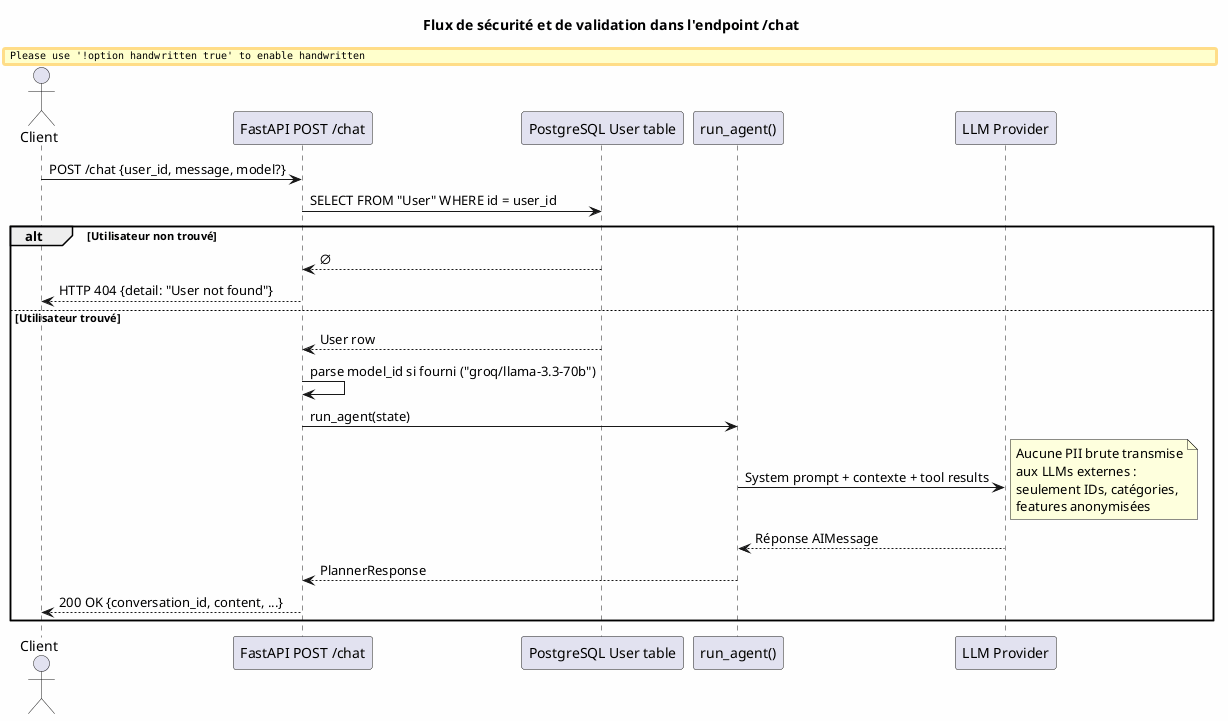
ahmed-addali/rapport keeps this PlantUML diagram as diagrams/fig_03_security_flow.png. Above is the earlier version.
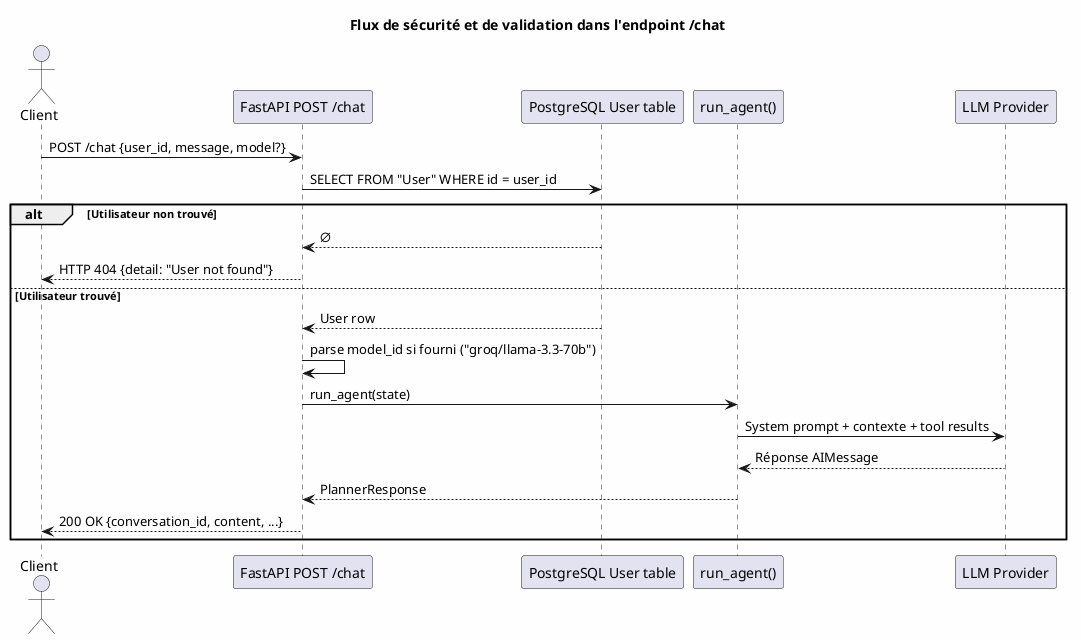
The same file after the commit.

The edit, as a diff of the source:
```diff
@@ -1,6 +1,6 @@
 @startuml
 skinparam backgroundColor #FEFEFE
-skinparam handwritten false
+
 skinparam defaultFontName "Arial"
 
 title Flux de sécurité et de validation dans l'endpoint /chat
@@ -25,12 +25,7 @@
   FastAPI -> Agent : run_agent(state)
 
   Agent -> LLM : System prompt + contexte + tool results
-  note right
-    Aucune PII brute transmise
-    aux LLMs externes :
-    seulement IDs, catégories,
-    features anonymisées
-  end note
+
 
   LLM --> Agent : Réponse AIMessage
   Agent --> FastAPI : PlannerResponse
```
